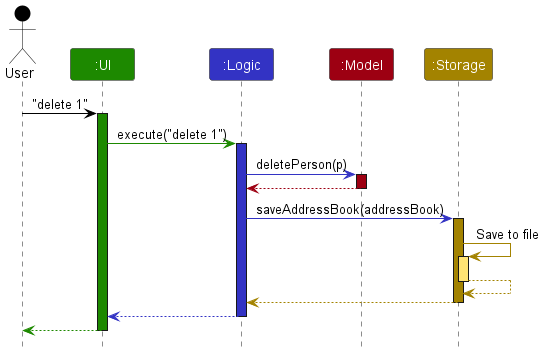
Before: docs/images/ArchitectureSequenceDiagram.png, a diagram exported from PlantUML (nus-cs2103-AY2324S2/tp).
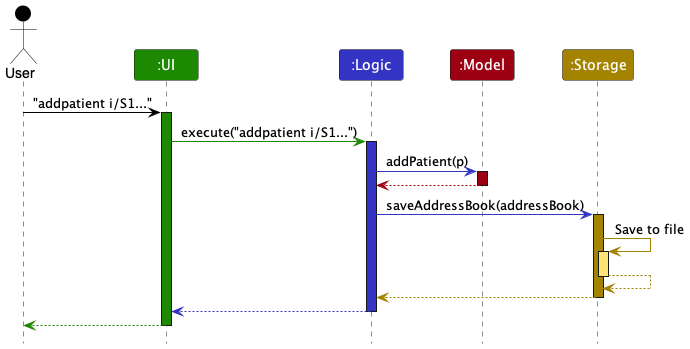
After the change.

Commit message:
Update sequence diagram GUI

Change to the diagram source:
```diff
@@ -8,13 +8,13 @@
 Participant ":Model" as model MODEL_COLOR
 Participant ":Storage" as storage STORAGE_COLOR
 
-user -[USER_COLOR]> ui : "delete 1"
+user -[USER_COLOR]> ui : "addpatient i/S1..."
 activate ui UI_COLOR
 
-ui -[UI_COLOR]> logic : execute("delete 1")
+ui -[UI_COLOR]> logic : execute("addpatient i/S1...")
 activate logic LOGIC_COLOR
 
-logic -[LOGIC_COLOR]> model : deletePerson(p)
+logic -[LOGIC_COLOR]> model : addPatient(p)
 activate model MODEL_COLOR
 
 model -[MODEL_COLOR]-> logic
```
